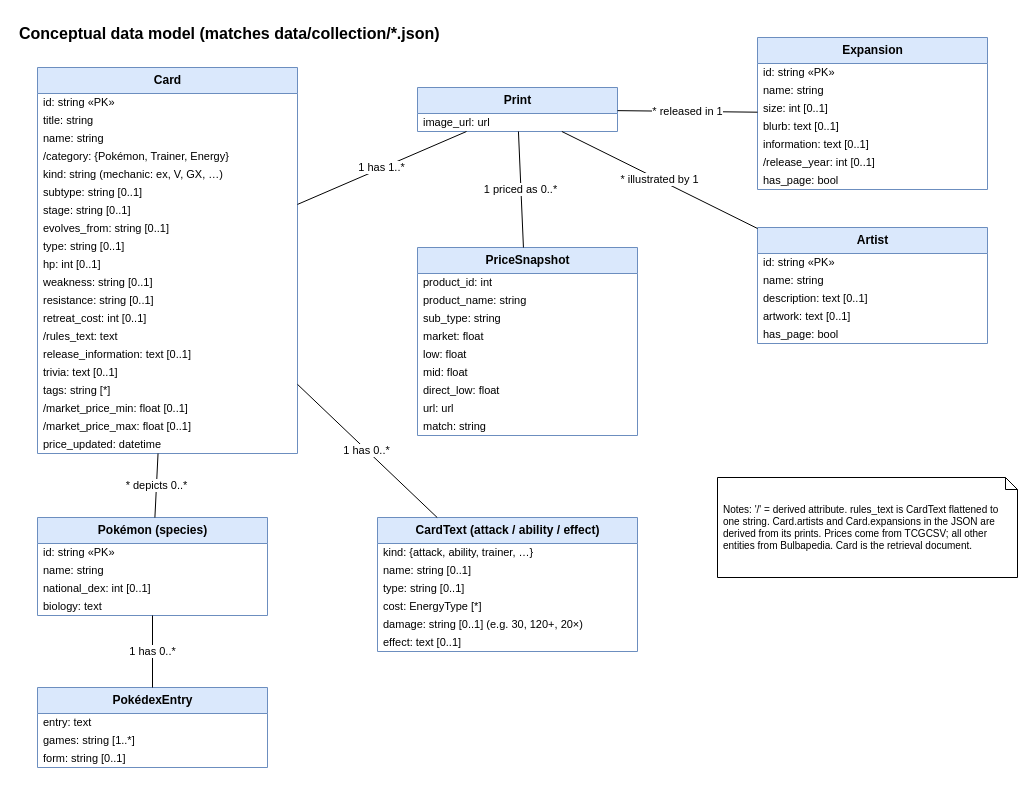
Before: page "Conceptual model (UML)" (2 of 2) of diagrams/PRI.drawio in atfas/FEUP-4Y1S-PRI, a draw.io diagram. Source tidied: cells renumbered, new cells numbered last; positions are measured from the earlier drawing's top-left corner, leaving out a move shared by most shapes. Both pictures are drawn from the tidied source at 100%, with x=0, y=0 at pixel (17, 17).
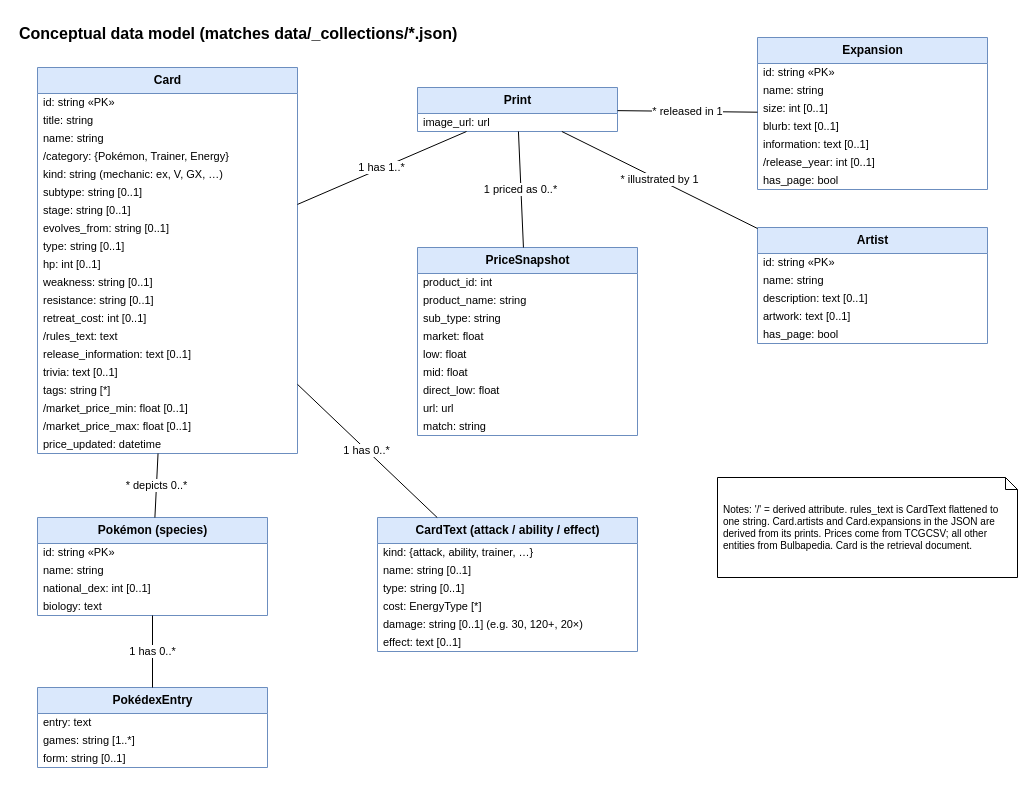
The same page after the edit.

Commit message (it also covers changes not shown here):
chore: prefix generated data directories with underscore

Diff of the diagram source:
```diff
@@
-    <mxCell id="2" value="Conceptual data model (matches data/collection/*.json)" style="text;html=1;fontSize=16;fontStyle=1;align=left;" parent="1" vertex="1">
+    <mxCell id="2" value="Conceptual data model (matches data/_collections/*.json)" style="text;html=1;fontSize=16;fontStyle=1;align=left;" parent="1" vertex="1">
       <mxGeometry width="900" height="30" as="geometry" />
     </mxCell>
```
